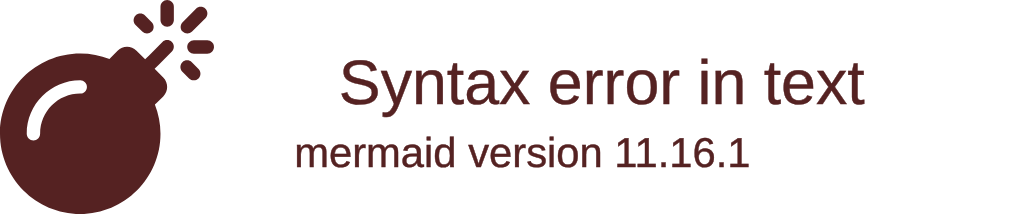
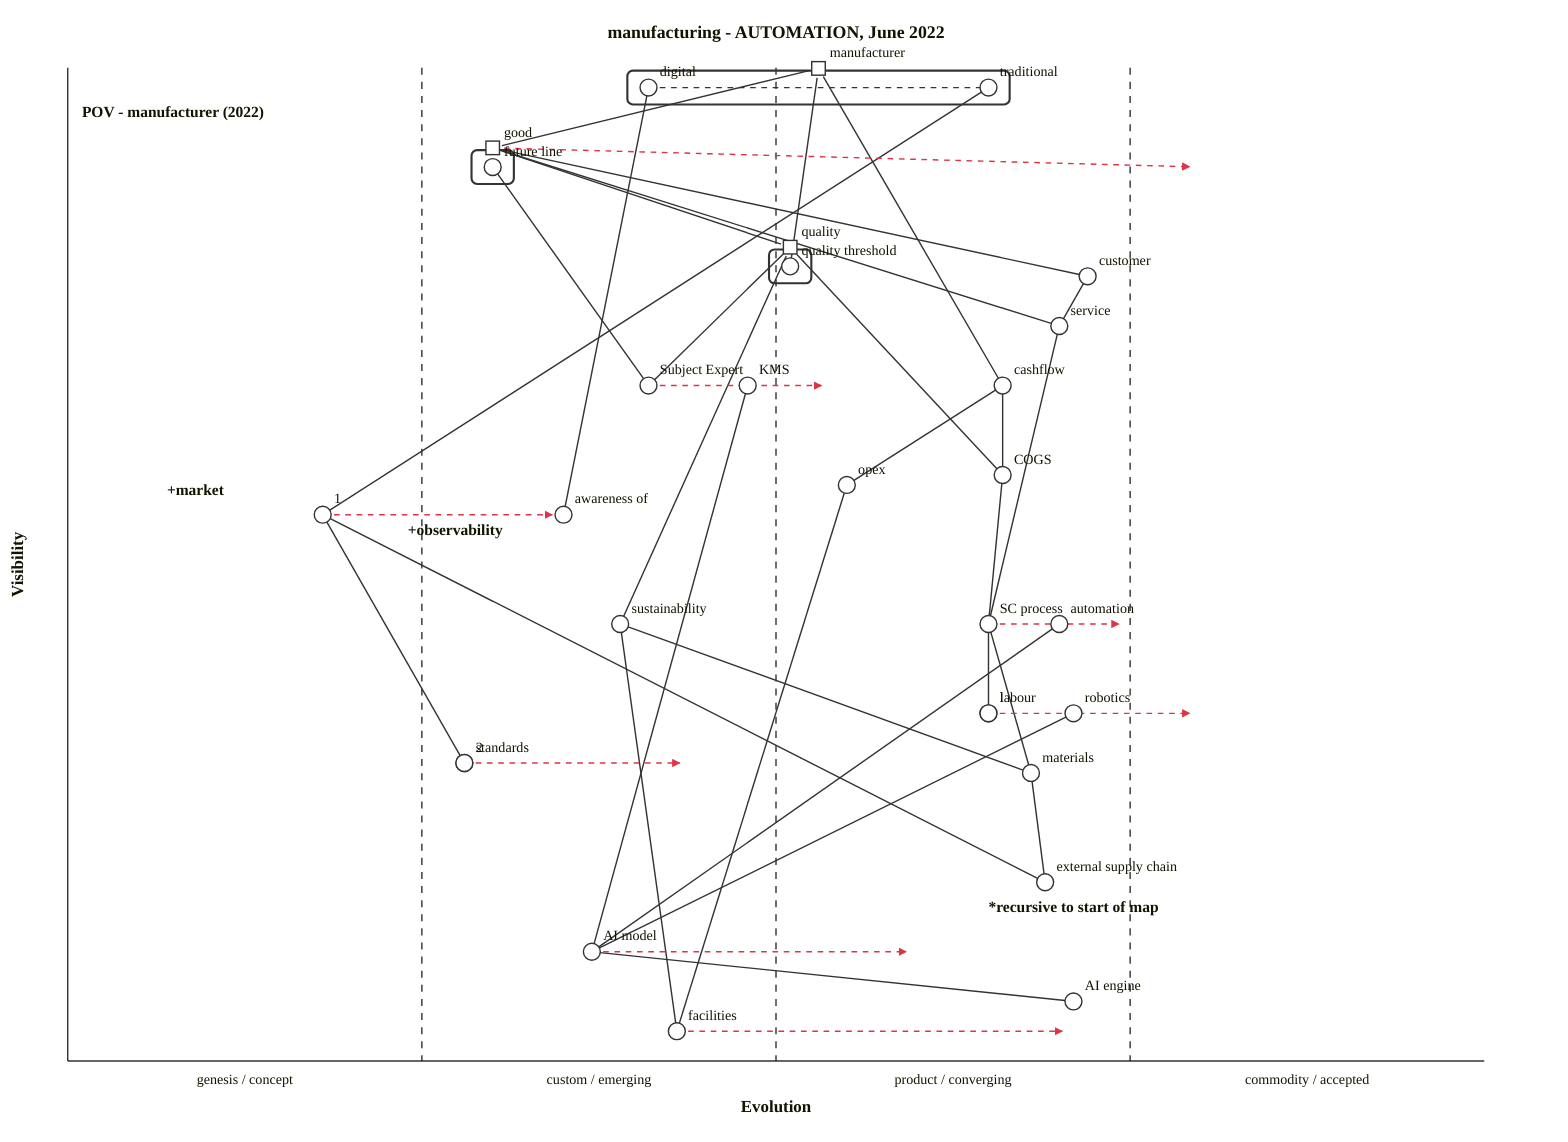
wardley-beta
title manufacturing - AUTOMATION, June 2022
size [1100, 800]

evolution genesis / concept -> custom / emerging -> product/ converging -> commodity / accepted

note "POV - manufacturer (2022)" [0.95, 0.01]
note "*recursive to start of map" [0.15, 0.65]
note "+observability" [0.53, 0.24]
note "+market" [0.57, 0.07]
evolve "AI model" 0.6
component "AI engine" [0.06, 0.71]
component "good" [0.90, 0.65]
pipeline "good" {
  component "future line" [0.3]
}
component "Subject Expert" [0.68, 0.41]
component "standards" [0.30, 0.28]
component "2" [0.3, 0.28]
evolve "2" 0.44

"quality" -> "COGS"
"COGS" -> "actors"
component "labour" [0.35, 0.65]
evolve "labour" 0.8
component "robotics" [0.35, 0.71]
evolve "good" 0.8
evolve "facilities" 0.71

component "l" [0.35, 0.65]
"l" -> "SC process"

component "AI model" [0.11, 0.37]
component "KMS" [0.68, 0.48]

evolve "SC process" 0.75
component "automation" [0.44, 0.70]

component "manufacturer" [0.98, 0.57]
pipeline "manufacturer" {
  component "digital" [0.41]
  component "traditional" [0.65]
}
"manufacturer" -> "need"
"manufacturer" -> "continued existence"
"manufacturer" -> "quality threshold"
"continued existence" -> "good"

component "SC process" [0.44, 0.65]

component "service" [0.74, 0.70]

"quality service" -> "continued existence"
"good" -> "service"
"quality service" -> "service"

"quality service" -> "quality"

"quality service" -> "market need"

"quality" -> "need"

"need" -> "customer [0.91, 0.10]"

component "COGS" [0.59, 0.66]

component "cashflow" [0.68, 0.66]

"continued existence" -> "cashflow"

"cashflow" -> "efficiency"

"cashflow" -> "opex"

"cashflow" -> "subsidies"
"cashflow" -> "investors"
"cashflow" -> "debt"

component "opex" [0.58, 0.55]

"COGS" -> "time"

"need" -> "customer"

"quality" -> "process"

"continued existence" -> "sustainability"

"continued existence" -> "need"

"service" -> "need"

"quality" -> "sustainability"

"cashflow" -> "COGS"

"COGS" -> "SC process"

"service" -> "SC process"

"SC process" -> "time"

"process" -> "efficiency"

component "external supply chain" [0.18, 0.69]
component "awareness of" [0.55, 0.35]
- component "1" [0.55. 0.18]
+ component "1" [0.55, 0.18]
evolve "1" 0.35

component "materials" [0.29, 0.68]

"SC process" -> "materials"
"process" -> "materials"
"sustainability" -> "materials"

component "facilities" [0.03, 0.43]
"sustainability" -> "facilities"
"process" -> "facilities"
"facilities" -> "actors"

evolve "Subject Expert" 0.54

"opex" -> "facilities"

"sustainability" -> "process"

component "customer" [0.79, 0.72]

component "quality" [0.80, 0.57]
pipeline "quality" {
  component "quality threshold" [0.51]
}

component "sustainability" [0.44, 0.39]
"manufacturer" -> "good"
"manufacturer" -> "quality service"
"manufacturer" -> "cashflow"
"customer" -> "good"
"good" -> "quality"
"customer" -> "service"
"quality" -> "Subject Expert"
"labour" -> "labour_future"
"future line" -> "Subject Expert"
"robotics" -> "AI"
"automation" -> "AI"
"AI" -> "Subject Expert"
"AI engine" -> "AI"
"KMS" -> "AI model"
"AI model" -> "automation"
"robotics" -> "AI model"
"AI engine" -> "AI model"
"materials" -> "external supply chain"
"1" -> "external supply chain"
"traditional" -> "1"
"digital" -> "awareness of"
"standards" -> "1"

